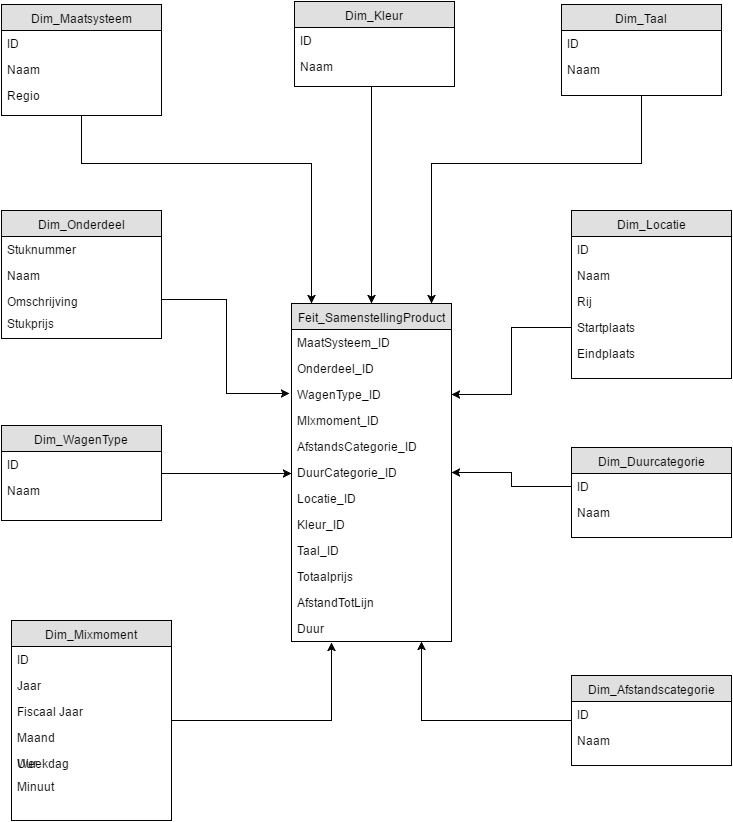
Before: Stermodel_BI.png, a diagram exported from draw.io (BramVer/BI_DashboardCase). Source tidied: cells renumbered, new cells last; positions are measured from the earlier drawing's top-left corner, leaving out a move shared by most shapes.
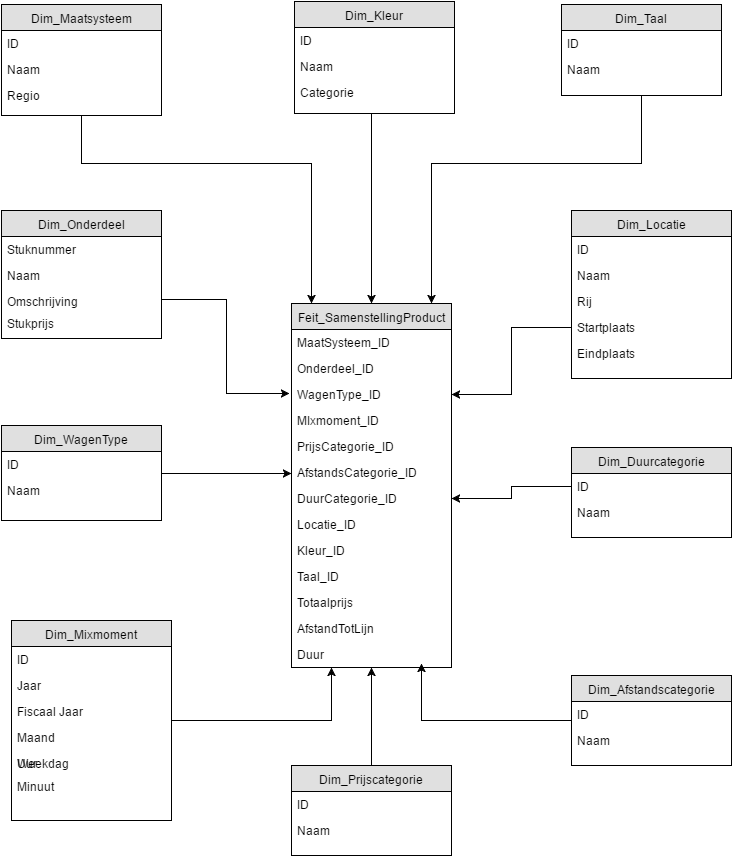
After the change.

What changed in the source:
```diff
@@ -3,7 +3,7 @@
     <mxCell id="0" />
     <mxCell id="1" parent="0" />
     <mxCell id="2" value="Feit_SamenstellingProduct" style="swimlane;html=1;fontStyle=0;horizontal=1;startSize=26;fillColor=#e0e0e0;swimlaneFillColor=#ffffff;align=center;" parent="1" vertex="1">
-      <mxGeometry x="290" y="302" width="160" height="338" as="geometry" />
+      <mxGeometry x="290" y="302" width="160" height="364" as="geometry" />
     </mxCell>
     <mxCell id="3" value="MaatSysteem_ID&lt;div&gt;&lt;br&gt;&lt;/div&gt;" style="text;html=1;strokeColor=none;fillColor=none;spacingLeft=4;spacingRight=4;whiteSpace=wrap;overflow=hidden;" parent="2" vertex="1">
       <mxGeometry y="26" width="160" height="26" as="geometry" />
@@ -17,29 +17,32 @@
     <mxCell id="6" value="MIxmoment_ID" style="text;html=1;strokeColor=none;fillColor=none;spacingLeft=4;spacingRight=4;whiteSpace=wrap;overflow=hidden;" parent="2" vertex="1">
       <mxGeometry y="104" width="160" height="26" as="geometry" />
     </mxCell>
+    <mxCell id="63" value="PrijsCategorie_ID" style="text;html=1;strokeColor=none;fillColor=none;spacingLeft=4;spacingRight=4;whiteSpace=wrap;overflow=hidden;" parent="2" vertex="1">
+      <mxGeometry y="130" width="160" height="26" as="geometry" />
+    </mxCell>
     <mxCell id="7" value="AfstandsCategorie_ID" style="text;html=1;strokeColor=none;fillColor=none;spacingLeft=4;spacingRight=4;whiteSpace=wrap;overflow=hidden;" parent="2" vertex="1">
-      <mxGeometry y="130" width="160" height="26" as="geometry" />
+      <mxGeometry y="156" width="160" height="26" as="geometry" />
     </mxCell>
     <mxCell id="8" value="DuurCategorie_ID" style="text;html=1;strokeColor=none;fillColor=none;spacingLeft=4;spacingRight=4;whiteSpace=wrap;overflow=hidden;points=[[0,0.5],[1,0.5]];portConstraint=eastwest;" parent="2" vertex="1">
-      <mxGeometry y="156" width="160" height="26" as="geometry" />
+      <mxGeometry y="182" width="160" height="26" as="geometry" />
     </mxCell>
     <mxCell id="9" value="Locatie_ID" style="text;html=1;strokeColor=none;fillColor=none;spacingLeft=4;spacingRight=4;whiteSpace=wrap;overflow=hidden;" parent="2" vertex="1">
-      <mxGeometry y="182" width="160" height="26" as="geometry" />
+      <mxGeometry y="208" width="160" height="26" as="geometry" />
     </mxCell>
     <mxCell id="10" value="Kleur_ID" style="text;html=1;strokeColor=none;fillColor=none;spacingLeft=4;spacingRight=4;whiteSpace=wrap;overflow=hidden;" parent="2" vertex="1">
-      <mxGeometry y="208" width="160" height="26" as="geometry" />
+      <mxGeometry y="234" width="160" height="26" as="geometry" />
     </mxCell>
     <mxCell id="11" value="Taal_ID" style="text;html=1;strokeColor=none;fillColor=none;spacingLeft=4;spacingRight=4;whiteSpace=wrap;overflow=hidden;" parent="2" vertex="1">
-      <mxGeometry y="234" width="160" height="26" as="geometry" />
+      <mxGeometry y="260" width="160" height="26" as="geometry" />
     </mxCell>
     <mxCell id="12" value="Totaalprijs" style="text;html=1;strokeColor=none;fillColor=none;spacingLeft=4;spacingRight=4;whiteSpace=wrap;overflow=hidden;" parent="2" vertex="1">
-      <mxGeometry y="260" width="160" height="26" as="geometry" />
+      <mxGeometry y="286" width="160" height="26" as="geometry" />
     </mxCell>
     <mxCell id="13" value="AfstandTotLijn&lt;div&gt;&lt;br&gt;&lt;/div&gt;" style="text;html=1;strokeColor=none;fillColor=none;spacingLeft=4;spacingRight=4;whiteSpace=wrap;overflow=hidden;" parent="2" vertex="1">
-      <mxGeometry y="286" width="160" height="26" as="geometry" />
+      <mxGeometry y="312" width="160" height="26" as="geometry" />
     </mxCell>
     <mxCell id="14" value="Duur" style="text;html=1;strokeColor=none;fillColor=none;spacingLeft=4;spacingRight=4;whiteSpace=wrap;overflow=hidden;points=[[0,0.5],[1,0.5]];portConstraint=eastwest;" parent="2" vertex="1">
-      <mxGeometry y="312" width="160" height="26" as="geometry" />
+      <mxGeometry y="338" width="160" height="26" as="geometry" />
     </mxCell>
     <mxCell id="15" value="Dim_Onderdeel" style="swimlane;html=1;fontStyle=0;horizontal=1;startSize=26;fillColor=#e0e0e0;swimlaneFillColor=#ffffff;align=center;" parent="1" vertex="1">
       <mxGeometry y="209" width="160" height="128" as="geometry" />
@@ -82,7 +85,7 @@
       </mxGeometry>
     </mxCell>
     <mxCell id="27" value="Dim_Kleur" style="swimlane;html=1;fontStyle=0;horizontal=1;startSize=26;fillColor=#e0e0e0;swimlaneFillColor=#ffffff;align=center;" parent="1" vertex="1">
-      <mxGeometry x="293" width="160" height="85" as="geometry" />
+      <mxGeometry x="293" width="160" height="112" as="geometry" />
     </mxCell>
     <mxCell id="28" value="ID" style="text;html=1;strokeColor=none;fillColor=none;spacingLeft=4;spacingRight=4;whiteSpace=wrap;overflow=hidden;" parent="27" vertex="1">
       <mxGeometry y="26" width="160" height="26" as="geometry" />
@@ -90,8 +93,12 @@
     <mxCell id="29" value="Naam" style="text;html=1;strokeColor=none;fillColor=none;spacingLeft=4;spacingRight=4;whiteSpace=wrap;overflow=hidden;" parent="27" vertex="1">
       <mxGeometry y="52" width="160" height="26" as="geometry" />
     </mxCell>
-    <mxCell id="30" style="edgeStyle=orthogonalEdgeStyle;rounded=0;html=1;entryX=0.25;entryY=1.038;entryPerimeter=0;jettySize=auto;" parent="1" edge="1" source="31" target="14">
-      <mxGeometry relative="1" as="geometry" />
+    <mxCell id="30" style="edgeStyle=orthogonalEdgeStyle;rounded=0;html=1;entryX=0.25;entryY=1;jettySize=auto;" parent="1" edge="1" source="31" target="2">
+      <mxGeometry relative="1" as="geometry">
+        <Array as="points">
+          <mxPoint x="330" y="719" />
+        </Array>
+      </mxGeometry>
     </mxCell>
     <mxCell id="31" value="Dim_Mixmoment" style="swimlane;html=1;fontStyle=0;horizontal=1;startSize=26;fillColor=#e0e0e0;swimlaneFillColor=#ffffff;align=center;" parent="1" vertex="1">
       <mxGeometry x="10" y="619" width="160" height="200" as="geometry" />
@@ -157,10 +164,9 @@
     </mxCell>
     <mxCell id="46" style="edgeStyle=orthogonalEdgeStyle;rounded=0;html=1;jettySize=auto;" parent="1" edge="1" source="47">
       <mxGeometry relative="1" as="geometry">
-        <mxPoint x="420" y="640" as="targetPoint" />
+        <mxPoint x="420" y="662" as="targetPoint" />
         <Array as="points">
           <mxPoint x="420" y="719" />
-          <mxPoint x="420" y="640" />
         </Array>
       </mxGeometry>
     </mxCell>
@@ -222,5 +228,20 @@
     <mxCell id="62" style="edgeStyle=orthogonalEdgeStyle;rounded=0;html=1;jettySize=auto;" parent="1" edge="1" source="44" target="8">
       <mxGeometry relative="1" as="geometry" />
     </mxCell>
+    <mxCell id="64" style="edgeStyle=orthogonalEdgeStyle;rounded=0;html=1;entryX=0.5;entryY=1;jettySize=auto;" parent="1" edge="1" source="65" target="2">
+      <mxGeometry relative="1" as="geometry" />
+    </mxCell>
+    <mxCell id="65" value="Dim_Prijscategorie" style="swimlane;html=1;fontStyle=0;horizontal=1;startSize=26;fillColor=#e0e0e0;swimlaneFillColor=#ffffff;align=center;" parent="1" vertex="1">
+      <mxGeometry x="290" y="764" width="160" height="90" as="geometry" />
+    </mxCell>
+    <mxCell id="66" value="ID" style="text;html=1;strokeColor=none;fillColor=none;spacingLeft=4;spacingRight=4;whiteSpace=wrap;overflow=hidden;" parent="65" vertex="1">
+      <mxGeometry y="26" width="160" height="26" as="geometry" />
+    </mxCell>
+    <mxCell id="67" value="Naam" style="text;html=1;strokeColor=none;fillColor=none;spacingLeft=4;spacingRight=4;whiteSpace=wrap;overflow=hidden;" parent="65" vertex="1">
+      <mxGeometry y="52" width="160" height="26" as="geometry" />
+    </mxCell>
+    <mxCell id="68" value="Categorie" style="text;html=1;strokeColor=none;fillColor=none;spacingLeft=4;spacingRight=4;whiteSpace=wrap;overflow=hidden;" parent="1" vertex="1">
+      <mxGeometry x="293" y="78" width="160" height="26" as="geometry" />
+    </mxCell>
   </root>
 </mxGraphModel>
```
